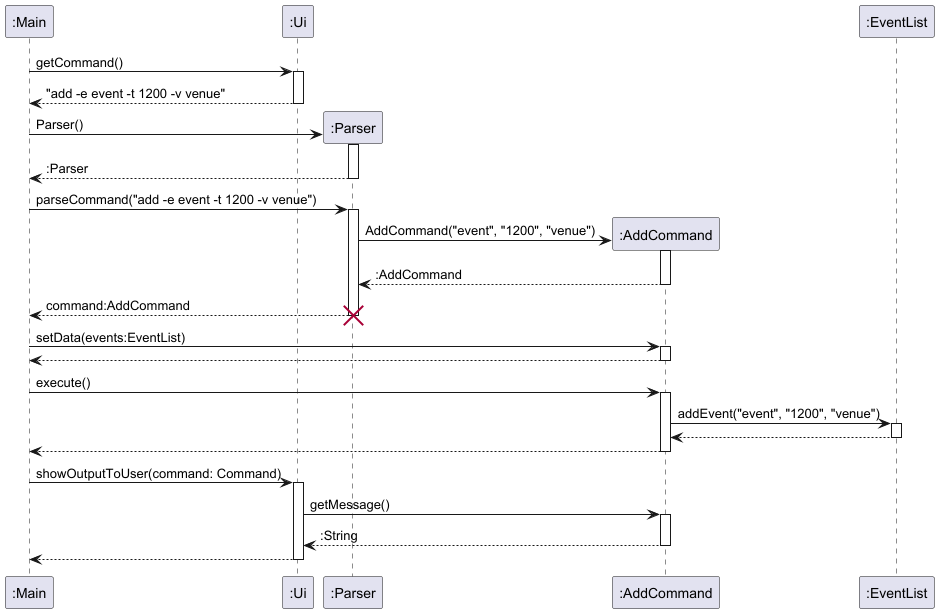
Earlier version of the PlantUML export docs/images/ArchitectureSequenceDiagram.png (nus-cs2113-AY2425S1/tp). The source it was exported from:
```plantuml
@startuml

Participant ":Main" as main
Participant ":Ui" as ui
Participant ":Parser" as parser
Participant ":AddCommand" as command
Participant ":EventList" as eventList

main -> ui : getCommand()
activate ui
ui --> main : "add -e event -t 1200 -v venue"
deactivate ui

create parser
main -> parser : Parser()
activate parser
parser --> main : :Parser
deactivate parser

main -> parser : parseCommand("add -e event -t 1200 -v venue")
activate parser

create command
parser -> command : AddCommand("event", "1200", "venue")
activate command
command --> parser : :AddCommand
deactivate command

parser --> main : command:AddCommand
deactivate parser
destroy parser

main -> command : setData(events:EventList)
activate command
command --> main
deactivate command

main -> command : execute()
activate command

command -> eventList : addEvent("event", "1200", "venue")
activate eventList
eventList --> command
deactivate eventList

command --> main
deactivate command

main -> ui : showOutputToUser(command: Command)
activate ui

ui -> command : getMessage()
activate command

command --> ui : :String
deactivate command

ui --> main
deactivate ui

@enduml
```
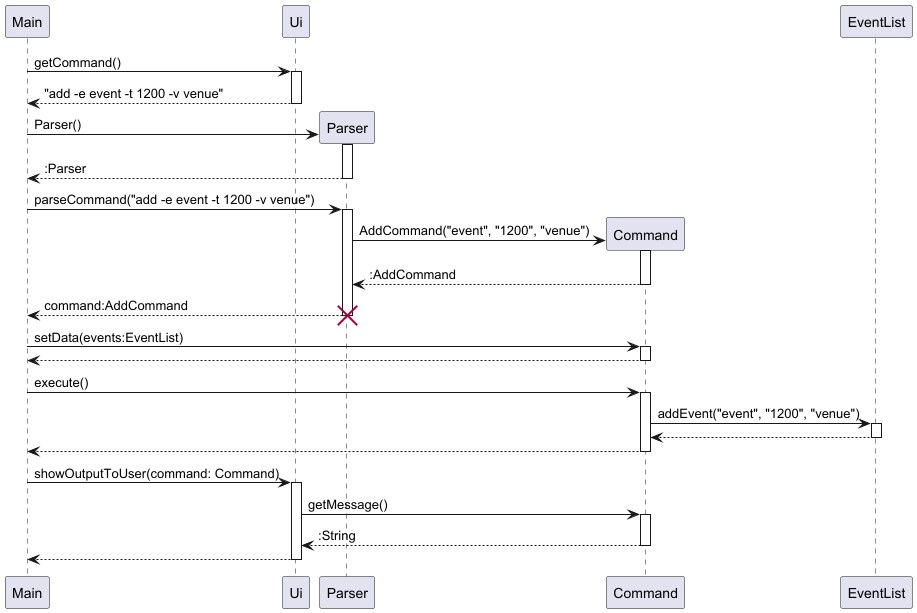
After the change.

Commit message:
Update architecture diagram and add style.puml

Change to the diagram source:
```diff
@@ -1,10 +1,10 @@
 @startuml
 
-Participant ":Main" as main
-Participant ":Ui" as ui
-Participant ":Parser" as parser
-Participant ":AddCommand" as command
-Participant ":EventList" as eventList
+Participant "Main" as main
+Participant "Ui" as ui
+Participant "Parser" as parser
+Participant "Command" as command
+Participant "EventList" as eventList
 
 main -> ui : getCommand()
 activate ui
```
